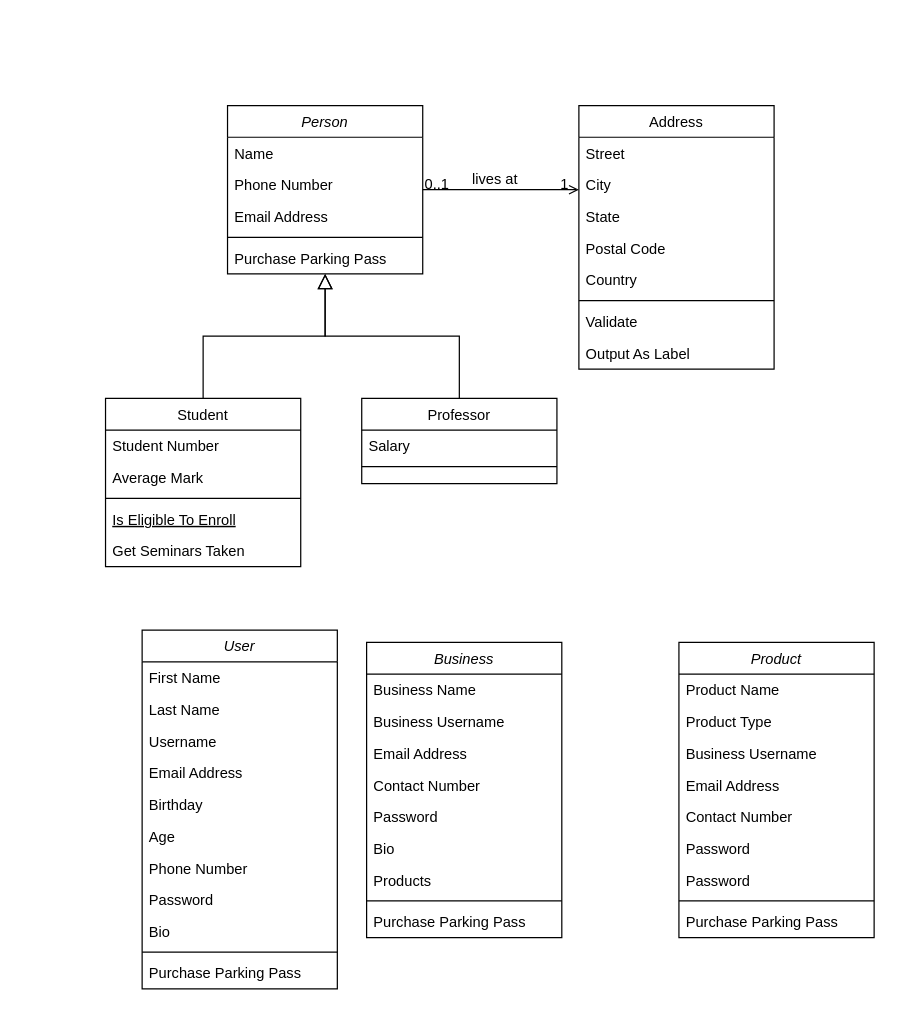
The draw.io diagram DatabaseLayout.drawio in gdsc-uwc/gdsc_project, before the edit. Source tidied: cells renumbered, new cells numbered last; positions are measured from the earlier drawing's top-left corner, leaving out a move shared by most shapes. Both pictures are drawn from the tidied source at 122%, with x=0, y=0 at pixel (105, 105).
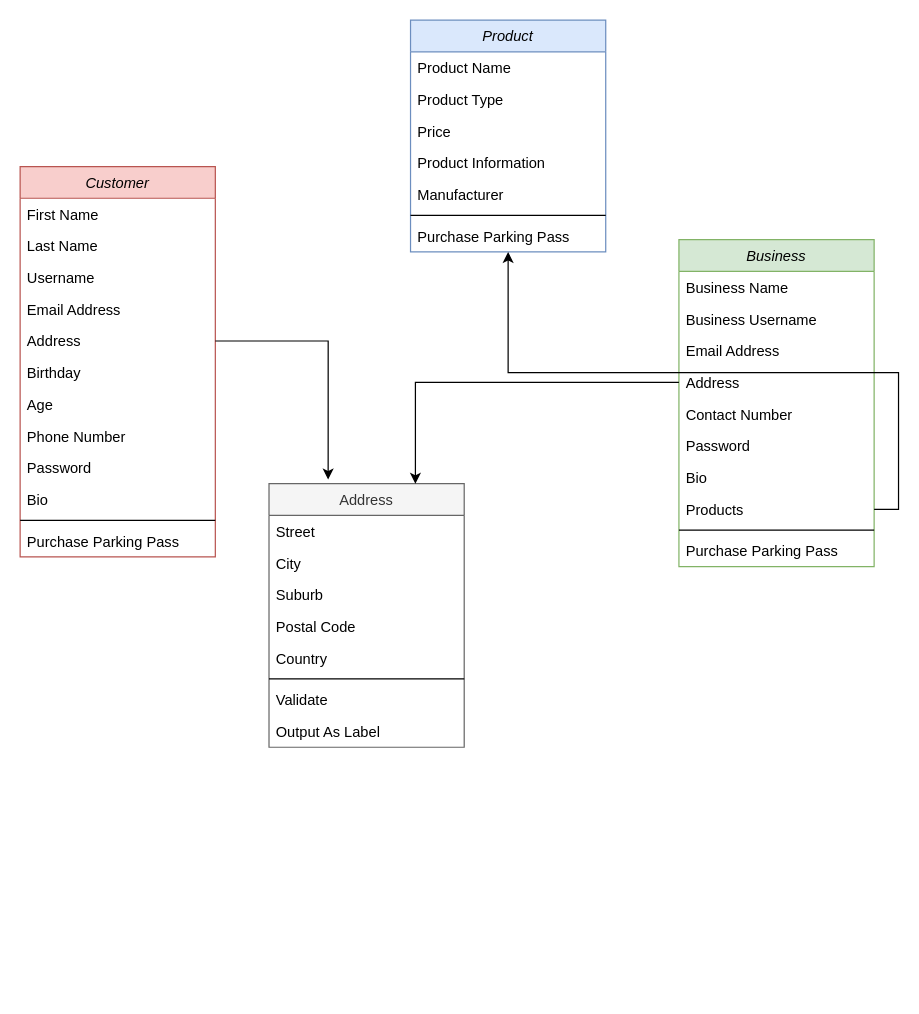
The same diagram, later.

Commit message (it also covers changes not shown here):
Added customer and business landing pages

Change to the diagram source:
```diff
@@
-    <mxCell id="2" value="Person" style="swimlane;fontStyle=2;align=center;verticalAlign=top;horizontal=1;startSize=26;rounded=0;shadow=0;strokeWidth=1;" parent="1" vertex="1">
-      <mxGeometry x="100" width="160" height="138" as="geometry" />
-    </mxCell>
-    <mxCell id="3" value="Name" style="text;align=left;verticalAlign=top;spacingLeft=4;spacingRight=4;overflow=hidden;" parent="2" vertex="1">
-      <mxGeometry y="26" width="160" height="26" as="geometry" />
-    </mxCell>
-    <mxCell id="4" value="Phone Number" style="text;align=left;verticalAlign=top;spacingLeft=4;spacingRight=4;overflow=hidden;rounded=0;shadow=0;html=0;" parent="2" vertex="1">
-      <mxGeometry y="52" width="160" height="26" as="geometry" />
-    </mxCell>
-    <mxCell id="5" value="Email Address" style="text;align=left;verticalAlign=top;spacingLeft=4;spacingRight=4;overflow=hidden;rounded=0;shadow=0;html=0;" parent="2" vertex="1">
-      <mxGeometry y="78" width="160" height="26" as="geometry" />
-    </mxCell>
-    <mxCell id="6" style="line;html=1;strokeWidth=1;align=left;verticalAlign=middle;spacingTop=-1;spacingLeft=3;spacingRight=3;labelPosition=right;" parent="2" vertex="1">
-      <mxGeometry y="104" width="160" height="8" as="geometry" />
-    </mxCell>
-    <mxCell id="7" value="Purchase Parking Pass" style="text;align=left;verticalAlign=top;spacingLeft=4;spacingRight=4;overflow=hidden;" parent="2" vertex="1">
-      <mxGeometry y="112" width="160" height="26" as="geometry" />
-    </mxCell>
-    <mxCell id="8" value="Student" style="swimlane;fontStyle=0;align=center;verticalAlign=top;horizontal=1;startSize=26;rounded=0;shadow=0;strokeWidth=1;" parent="1" vertex="1">
-      <mxGeometry y="240" width="160" height="138" as="geometry" />
-    </mxCell>
-    <mxCell id="9" value="Student Number" style="text;align=left;verticalAlign=top;spacingLeft=4;spacingRight=4;overflow=hidden;" parent="8" vertex="1">
-      <mxGeometry y="26" width="160" height="26" as="geometry" />
-    </mxCell>
-    <mxCell id="10" value="Average Mark" style="text;align=left;verticalAlign=top;spacingLeft=4;spacingRight=4;overflow=hidden;rounded=0;shadow=0;html=0;" parent="8" vertex="1">
-      <mxGeometry y="52" width="160" height="26" as="geometry" />
-    </mxCell>
-    <mxCell id="11" style="line;html=1;strokeWidth=1;align=left;verticalAlign=middle;spacingTop=-1;spacingLeft=3;spacingRight=3;labelPosition=right;" parent="8" vertex="1">
-      <mxGeometry y="78" width="160" height="8" as="geometry" />
-    </mxCell>
-    <mxCell id="12" value="Is Eligible To Enroll" style="text;align=left;verticalAlign=top;spacingLeft=4;spacingRight=4;overflow=hidden;fontStyle=4;" parent="8" vertex="1">
-      <mxGeometry y="86" width="160" height="26" as="geometry" />
-    </mxCell>
-    <mxCell id="13" value="Get Seminars Taken" style="text;align=left;verticalAlign=top;spacingLeft=4;spacingRight=4;overflow=hidden;" parent="8" vertex="1">
-      <mxGeometry y="112" width="160" height="26" as="geometry" />
-    </mxCell>
-    <mxCell id="14" style="endArrow=block;endSize=10;endFill=0;shadow=0;strokeWidth=1;rounded=0;edgeStyle=elbowEdgeStyle;elbow=vertical;" parent="1" edge="1" source="8" target="2">
-      <mxGeometry relative="1" as="geometry" />
-    </mxCell>
-    <mxCell id="15" value="Professor" style="swimlane;fontStyle=0;align=center;verticalAlign=top;horizontal=1;startSize=26;rounded=0;shadow=0;strokeWidth=1;" parent="1" vertex="1">
-      <mxGeometry x="210" y="240" width="160" height="70" as="geometry" />
-    </mxCell>
-    <mxCell id="16" value="Salary" style="text;align=left;verticalAlign=top;spacingLeft=4;spacingRight=4;overflow=hidden;" parent="15" vertex="1">
-      <mxGeometry y="26" width="160" height="26" as="geometry" />
-    </mxCell>
-    <mxCell id="17" style="line;html=1;strokeWidth=1;align=left;verticalAlign=middle;spacingTop=-1;spacingLeft=3;spacingRight=3;labelPosition=right;" parent="15" vertex="1">
-      <mxGeometry y="52" width="160" height="8" as="geometry" />
-    </mxCell>
-    <mxCell id="18" style="endArrow=block;endSize=10;endFill=0;shadow=0;strokeWidth=1;rounded=0;edgeStyle=elbowEdgeStyle;elbow=vertical;" parent="1" edge="1" source="15" target="2">
-      <mxGeometry relative="1" as="geometry" />
-    </mxCell>
-    <mxCell id="19" value="Address" style="swimlane;fontStyle=0;align=center;verticalAlign=top;horizontal=1;startSize=26;rounded=0;shadow=0;strokeWidth=1;" parent="1" vertex="1">
-      <mxGeometry x="388" width="160" height="216" as="geometry" />
-    </mxCell>
-    <mxCell id="20" value="Street" style="text;align=left;verticalAlign=top;spacingLeft=4;spacingRight=4;overflow=hidden;" parent="19" vertex="1">
-      <mxGeometry y="26" width="160" height="26" as="geometry" />
-    </mxCell>
-    <mxCell id="21" value="City" style="text;align=left;verticalAlign=top;spacingLeft=4;spacingRight=4;overflow=hidden;rounded=0;shadow=0;html=0;" parent="19" vertex="1">
-      <mxGeometry y="52" width="160" height="26" as="geometry" />
-    </mxCell>
-    <mxCell id="22" value="State" style="text;align=left;verticalAlign=top;spacingLeft=4;spacingRight=4;overflow=hidden;rounded=0;shadow=0;html=0;" parent="19" vertex="1">
-      <mxGeometry y="78" width="160" height="26" as="geometry" />
-    </mxCell>
-    <mxCell id="23" value="Postal Code" style="text;align=left;verticalAlign=top;spacingLeft=4;spacingRight=4;overflow=hidden;rounded=0;shadow=0;html=0;" parent="19" vertex="1">
-      <mxGeometry y="104" width="160" height="26" as="geometry" />
-    </mxCell>
-    <mxCell id="24" value="Country" style="text;align=left;verticalAlign=top;spacingLeft=4;spacingRight=4;overflow=hidden;rounded=0;shadow=0;html=0;" parent="19" vertex="1">
-      <mxGeometry y="130" width="160" height="26" as="geometry" />
-    </mxCell>
-    <mxCell id="25" style="line;html=1;strokeWidth=1;align=left;verticalAlign=middle;spacingTop=-1;spacingLeft=3;spacingRight=3;labelPosition=right;" parent="19" vertex="1">
-      <mxGeometry y="156" width="160" height="8" as="geometry" />
-    </mxCell>
-    <mxCell id="26" value="Validate" style="text;align=left;verticalAlign=top;spacingLeft=4;spacingRight=4;overflow=hidden;" parent="19" vertex="1">
-      <mxGeometry y="164" width="160" height="26" as="geometry" />
-    </mxCell>
-    <mxCell id="27" value="Output As Label" style="text;align=left;verticalAlign=top;spacingLeft=4;spacingRight=4;overflow=hidden;" parent="19" vertex="1">
-      <mxGeometry y="190" width="160" height="26" as="geometry" />
-    </mxCell>
-    <mxCell id="28" style="endArrow=open;shadow=0;strokeWidth=1;rounded=0;endFill=1;edgeStyle=elbowEdgeStyle;elbow=vertical;" parent="1" edge="1" source="2" target="19">
-      <mxGeometry x="0.5" y="41" relative="1" as="geometry">
-        <mxPoint x="-40" y="32" as="offset" />
-      </mxGeometry>
-    </mxCell>
-    <mxCell id="29" value="0..1" style="align=left;verticalAlign=bottom;labelBackgroundColor=none;fontSize=12;" parent="28" vertex="1">
-      <mxGeometry x="-1" relative="1" as="geometry">
-        <mxPoint y="4" as="offset" />
-      </mxGeometry>
-    </mxCell>
-    <mxCell id="30" value="1" style="align=right;verticalAlign=bottom;labelBackgroundColor=none;fontSize=12;" parent="28" vertex="1">
-      <mxGeometry x="1" relative="1" as="geometry">
-        <mxPoint x="-7" y="4" as="offset" />
-      </mxGeometry>
-    </mxCell>
-    <mxCell id="31" value="lives at" style="text;html=1;align=center;verticalAlign=middle;labelBackgroundColor=none;rounded=0;shadow=0;strokeWidth=1;fontSize=12;" parent="28" vertex="1">
-      <mxGeometry x="0.5" y="49" relative="1" as="geometry">
-        <mxPoint x="-38" y="40" as="offset" />
-      </mxGeometry>
-    </mxCell>
-    <mxCell id="32" value="User" style="swimlane;fontStyle=2;align=center;verticalAlign=top;horizontal=1;startSize=26;rounded=0;shadow=0;strokeWidth=1;" parent="1" vertex="1">
-      <mxGeometry x="30" y="430" width="160" height="294" as="geometry" />
+    <mxCell id="32" value="Customer" style="swimlane;fontStyle=2;align=center;verticalAlign=top;horizontal=1;startSize=26;rounded=0;shadow=0;strokeWidth=1;fillColor=#f8cecc;strokeColor=#b85450;" parent="1" vertex="1">
+      <mxGeometry x="-70" y="50" width="160" height="320" as="geometry" />
     </mxCell>
@@
+    <mxCell id="64" value="Address" style="text;align=left;verticalAlign=top;spacingLeft=4;spacingRight=4;overflow=hidden;points=[[0,0.5],[1,0.5]];portConstraint=eastwest;rounded=0;shadow=0;html=0;" parent="32" vertex="1">
+      <mxGeometry y="130" width="160" height="26" as="geometry" />
+    </mxCell>
     <mxCell id="37" value="Birthday" style="text;align=left;verticalAlign=top;spacingLeft=4;spacingRight=4;overflow=hidden;rounded=0;shadow=0;html=0;" parent="32" vertex="1">
-      <mxGeometry y="130" width="160" height="26" as="geometry" />
+      <mxGeometry y="156" width="160" height="26" as="geometry" />
     </mxCell>
     <mxCell id="38" value="Age" style="text;align=left;verticalAlign=top;spacingLeft=4;spacingRight=4;overflow=hidden;rounded=0;shadow=0;html=0;" parent="32" vertex="1">
-      <mxGeometry y="156" width="160" height="26" as="geometry" />
+      <mxGeometry y="182" width="160" height="26" as="geometry" />
     </mxCell>
     <mxCell id="39" value="Phone Number" style="text;align=left;verticalAlign=top;spacingLeft=4;spacingRight=4;overflow=hidden;rounded=0;shadow=0;html=0;" parent="32" vertex="1">
-      <mxGeometry y="182" width="160" height="26" as="geometry" />
+      <mxGeometry y="208" width="160" height="26" as="geometry" />
     </mxCell>
     <mxCell id="40" value="Password" style="text;align=left;verticalAlign=top;spacingLeft=4;spacingRight=4;overflow=hidden;rounded=0;shadow=0;html=0;" parent="32" vertex="1">
-      <mxGeometry y="208" width="160" height="26" as="geometry" />
+      <mxGeometry y="234" width="160" height="26" as="geometry" />
     </mxCell>
     <mxCell id="41" value="Bio" style="text;align=left;verticalAlign=top;spacingLeft=4;spacingRight=4;overflow=hidden;rounded=0;shadow=0;html=0;" parent="32" vertex="1">
-      <mxGeometry y="234" width="160" height="26" as="geometry" />
+      <mxGeometry y="260" width="160" height="26" as="geometry" />
     </mxCell>
     <mxCell id="42" style="line;html=1;strokeWidth=1;align=left;verticalAlign=middle;spacingTop=-1;spacingLeft=3;spacingRight=3;labelPosition=right;" parent="32" vertex="1">
-      <mxGeometry y="260" width="160" height="8" as="geometry" />
+      <mxGeometry y="286" width="160" height="8" as="geometry" />
     </mxCell>
     <mxCell id="43" value="Purchase Parking Pass" style="text;align=left;verticalAlign=top;spacingLeft=4;spacingRight=4;overflow=hidden;" parent="32" vertex="1">
-      <mxGeometry y="268" width="160" height="26" as="geometry" />
+      <mxGeometry y="294" width="160" height="26" as="geometry" />
     </mxCell>
-    <mxCell id="44" value="Business" style="swimlane;fontStyle=2;align=center;verticalAlign=top;horizontal=1;startSize=26;rounded=0;shadow=0;strokeWidth=1;" parent="1" vertex="1">
-      <mxGeometry x="214" y="440" width="160" height="242" as="geometry" />
+    <mxCell id="44" value="Business" style="swimlane;fontStyle=2;align=center;verticalAlign=top;horizontal=1;startSize=26;rounded=0;shadow=0;strokeWidth=1;fillColor=#d5e8d4;strokeColor=#82b366;" parent="1" vertex="1">
+      <mxGeometry x="470" y="110" width="160" height="268" as="geometry" />
     </mxCell>
@@
+    <mxCell id="65" value="Address" style="text;align=left;verticalAlign=top;spacingLeft=4;spacingRight=4;overflow=hidden;points=[[0,0.5],[1,0.5]];portConstraint=eastwest;rounded=0;shadow=0;html=0;" parent="44" vertex="1">
+      <mxGeometry y="104" width="160" height="26" as="geometry" />
+    </mxCell>
     <mxCell id="48" value="Contact Number" style="text;align=left;verticalAlign=top;spacingLeft=4;spacingRight=4;overflow=hidden;rounded=0;shadow=0;html=0;" parent="44" vertex="1">
-      <mxGeometry y="104" width="160" height="26" as="geometry" />
+      <mxGeometry y="130" width="160" height="26" as="geometry" />
     </mxCell>
     <mxCell id="49" value="Password" style="text;align=left;verticalAlign=top;spacingLeft=4;spacingRight=4;overflow=hidden;rounded=0;shadow=0;html=0;" parent="44" vertex="1">
-      <mxGeometry y="130" width="160" height="26" as="geometry" />
+      <mxGeometry y="156" width="160" height="26" as="geometry" />
     </mxCell>
     <mxCell id="50" value="Bio" style="text;align=left;verticalAlign=top;spacingLeft=4;spacingRight=4;overflow=hidden;rounded=0;shadow=0;html=0;" parent="44" vertex="1">
-      <mxGeometry y="156" width="160" height="26" as="geometry" />
+      <mxGeometry y="182" width="160" height="26" as="geometry" />
     </mxCell>
     <mxCell id="51" value="Products" style="text;align=left;verticalAlign=top;spacingLeft=4;spacingRight=4;overflow=hidden;points=[[0,0.5],[1,0.5]];portConstraint=eastwest;rounded=0;shadow=0;html=0;" parent="44" vertex="1">
-      <mxGeometry y="182" width="160" height="26" as="geometry" />
+      <mxGeometry y="208" width="160" height="26" as="geometry" />
     </mxCell>
     <mxCell id="52" style="line;html=1;strokeWidth=1;align=left;verticalAlign=middle;spacingTop=-1;spacingLeft=3;spacingRight=3;labelPosition=right;" parent="44" vertex="1">
-      <mxGeometry y="208" width="160" height="8" as="geometry" />
+      <mxGeometry y="234" width="160" height="8" as="geometry" />
     </mxCell>
     <mxCell id="53" value="Purchase Parking Pass" style="text;align=left;verticalAlign=top;spacingLeft=4;spacingRight=4;overflow=hidden;" parent="44" vertex="1">
-      <mxGeometry y="216" width="160" height="26" as="geometry" />
+      <mxGeometry y="242" width="160" height="26" as="geometry" />
     </mxCell>
-    <mxCell id="54" value="Product" style="swimlane;fontStyle=2;align=center;verticalAlign=top;horizontal=1;startSize=26;rounded=0;shadow=0;strokeWidth=1;" parent="1" vertex="1">
-      <mxGeometry x="470" y="440" width="160" height="242" as="geometry" />
+    <mxCell id="54" value="Product" style="swimlane;fontStyle=2;align=center;verticalAlign=top;horizontal=1;startSize=26;rounded=0;shadow=0;strokeWidth=1;fillColor=#dae8fc;strokeColor=#6c8ebf;" parent="1" vertex="1">
+      <mxGeometry x="250" y="-70" width="160" height="190" as="geometry" />
     </mxCell>
@@
-    <mxCell id="57" value="Business Username" style="text;align=left;verticalAlign=top;spacingLeft=4;spacingRight=4;overflow=hidden;rounded=0;shadow=0;html=0;" parent="54" vertex="1">
+    <mxCell id="57" value="Price" style="text;align=left;verticalAlign=top;spacingLeft=4;spacingRight=4;overflow=hidden;rounded=0;shadow=0;html=0;" parent="54" vertex="1">
       <mxGeometry y="78" width="160" height="26" as="geometry" />
     </mxCell>
-    <mxCell id="58" value="Email Address" style="text;align=left;verticalAlign=top;spacingLeft=4;spacingRight=4;overflow=hidden;rounded=0;shadow=0;html=0;" parent="54" vertex="1">
+    <mxCell id="58" value="Product Information" style="text;align=left;verticalAlign=top;spacingLeft=4;spacingRight=4;overflow=hidden;rounded=0;shadow=0;html=0;" parent="54" vertex="1">
       <mxGeometry y="104" width="160" height="26" as="geometry" />
     </mxCell>
-    <mxCell id="59" value="Contact Number" style="text;align=left;verticalAlign=top;spacingLeft=4;spacingRight=4;overflow=hidden;rounded=0;shadow=0;html=0;" parent="54" vertex="1">
+    <mxCell id="59" value="Manufacturer" style="text;align=left;verticalAlign=top;spacingLeft=4;spacingRight=4;overflow=hidden;rounded=0;shadow=0;html=0;" parent="54" vertex="1">
       <mxGeometry y="130" width="160" height="26" as="geometry" />
     </mxCell>
-    <mxCell id="60" value="Password" style="text;align=left;verticalAlign=top;spacingLeft=4;spacingRight=4;overflow=hidden;rounded=0;shadow=0;html=0;" parent="54" vertex="1">
-      <mxGeometry y="156" width="160" height="26" as="geometry" />
-    </mxCell>
-    <mxCell id="61" value="Password" style="text;align=left;verticalAlign=top;spacingLeft=4;spacingRight=4;overflow=hidden;rounded=0;shadow=0;html=0;" parent="54" vertex="1">
-      <mxGeometry y="182" width="160" height="26" as="geometry" />
-    </mxCell>
     <mxCell id="62" style="line;html=1;strokeWidth=1;align=left;verticalAlign=middle;spacingTop=-1;spacingLeft=3;spacingRight=3;labelPosition=right;" parent="54" vertex="1">
-      <mxGeometry y="208" width="160" height="8" as="geometry" />
+      <mxGeometry y="156" width="160" height="8" as="geometry" />
     </mxCell>
     <mxCell id="63" value="Purchase Parking Pass" style="text;align=left;verticalAlign=top;spacingLeft=4;spacingRight=4;overflow=hidden;" parent="54" vertex="1">
-      <mxGeometry y="216" width="160" height="26" as="geometry" />
+      <mxGeometry y="164" width="160" height="16" as="geometry" />
     </mxCell>
+    <mxCell id="66" value="Address" style="swimlane;fontStyle=0;align=center;verticalAlign=top;horizontal=1;startSize=26;rounded=0;shadow=0;strokeWidth=1;fillColor=#f5f5f5;fontColor=#333333;strokeColor=#666666;" parent="1" vertex="1">
+      <mxGeometry x="134" y="310" width="160" height="216" as="geometry" />
+    </mxCell>
+    <mxCell id="20" value="Street" style="text;align=left;verticalAlign=top;spacingLeft=4;spacingRight=4;overflow=hidden;" parent="66" vertex="1">
+      <mxGeometry y="26" width="160" height="26" as="geometry" />
+    </mxCell>
+    <mxCell id="21" value="City" style="text;align=left;verticalAlign=top;spacingLeft=4;spacingRight=4;overflow=hidden;rounded=0;shadow=0;html=0;" parent="66" vertex="1">
+      <mxGeometry y="52" width="160" height="26" as="geometry" />
+    </mxCell>
+    <mxCell id="67" value="Suburb" style="text;align=left;verticalAlign=top;spacingLeft=4;spacingRight=4;overflow=hidden;rounded=0;shadow=0;html=0;" parent="66" vertex="1">
+      <mxGeometry y="78" width="160" height="26" as="geometry" />
+    </mxCell>
+    <mxCell id="23" value="Postal Code" style="text;align=left;verticalAlign=top;spacingLeft=4;spacingRight=4;overflow=hidden;rounded=0;shadow=0;html=0;" parent="66" vertex="1">
+      <mxGeometry y="104" width="160" height="26" as="geometry" />
+    </mxCell>
+    <mxCell id="24" value="Country" style="text;align=left;verticalAlign=top;spacingLeft=4;spacingRight=4;overflow=hidden;rounded=0;shadow=0;html=0;" parent="66" vertex="1">
+      <mxGeometry y="130" width="160" height="26" as="geometry" />
+    </mxCell>
+    <mxCell id="25" style="line;html=1;strokeWidth=1;align=left;verticalAlign=middle;spacingTop=-1;spacingLeft=3;spacingRight=3;labelPosition=right;" parent="66" vertex="1">
+      <mxGeometry y="156" width="160" height="8" as="geometry" />
+    </mxCell>
+    <mxCell id="26" value="Validate" style="text;align=left;verticalAlign=top;spacingLeft=4;spacingRight=4;overflow=hidden;" parent="66" vertex="1">
+      <mxGeometry y="164" width="160" height="26" as="geometry" />
+    </mxCell>
+    <mxCell id="27" value="Output As Label" style="text;align=left;verticalAlign=top;spacingLeft=4;spacingRight=4;overflow=hidden;" parent="66" vertex="1">
+      <mxGeometry y="190" width="160" height="26" as="geometry" />
+    </mxCell>
+    <mxCell id="68" style="edgeStyle=orthogonalEdgeStyle;rounded=0;jettySize=auto;html=1;exitX=1;exitY=0.5;exitDx=0;exitDy=0;entryX=0.303;entryY=-0.016;entryDx=0;entryDy=0;entryPerimeter=0;" parent="1" edge="1" source="64" target="66">
+      <mxGeometry relative="1" as="geometry" />
+    </mxCell>
+    <mxCell id="69" style="edgeStyle=orthogonalEdgeStyle;rounded=0;jettySize=auto;html=1;exitX=0;exitY=0.5;exitDx=0;exitDy=0;entryX=0.75;entryY=0;entryDx=0;entryDy=0;" parent="1" edge="1" source="65" target="66">
+      <mxGeometry relative="1" as="geometry" />
+    </mxCell>
+    <mxCell id="70" style="edgeStyle=orthogonalEdgeStyle;rounded=0;jettySize=auto;html=1;exitX=1;exitY=0.5;exitDx=0;exitDy=0;" parent="1" edge="1" source="51" target="54">
+      <mxGeometry relative="1" as="geometry" />
+    </mxCell>
```
